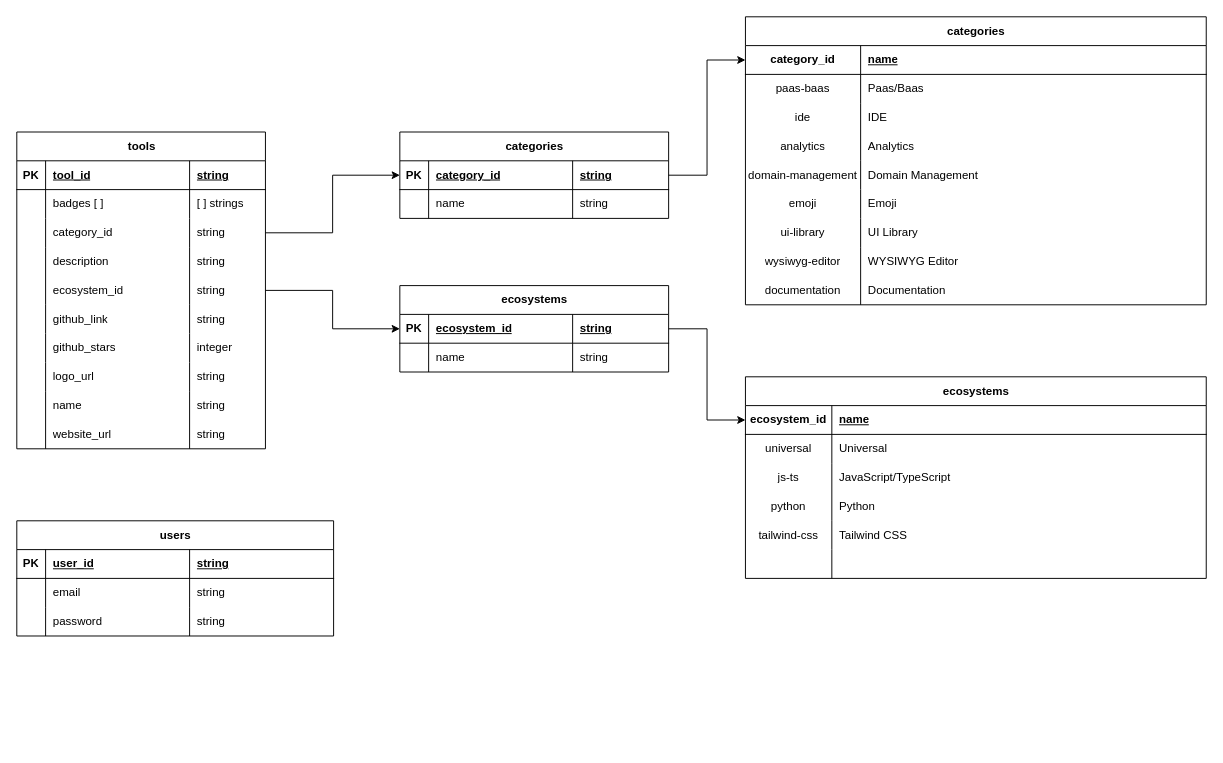
The draw.io diagram db-toolstack.drawio in marcm8793/tool-stack-frontend, before the edit. Source tidied: cells renumbered, new cells numbered last; positions are measured from the earlier drawing's top-left corner, leaving out a move shared by most shapes. Both pictures are drawn from the tidied source at 96%, with x=0, y=0 at pixel (16, 16).
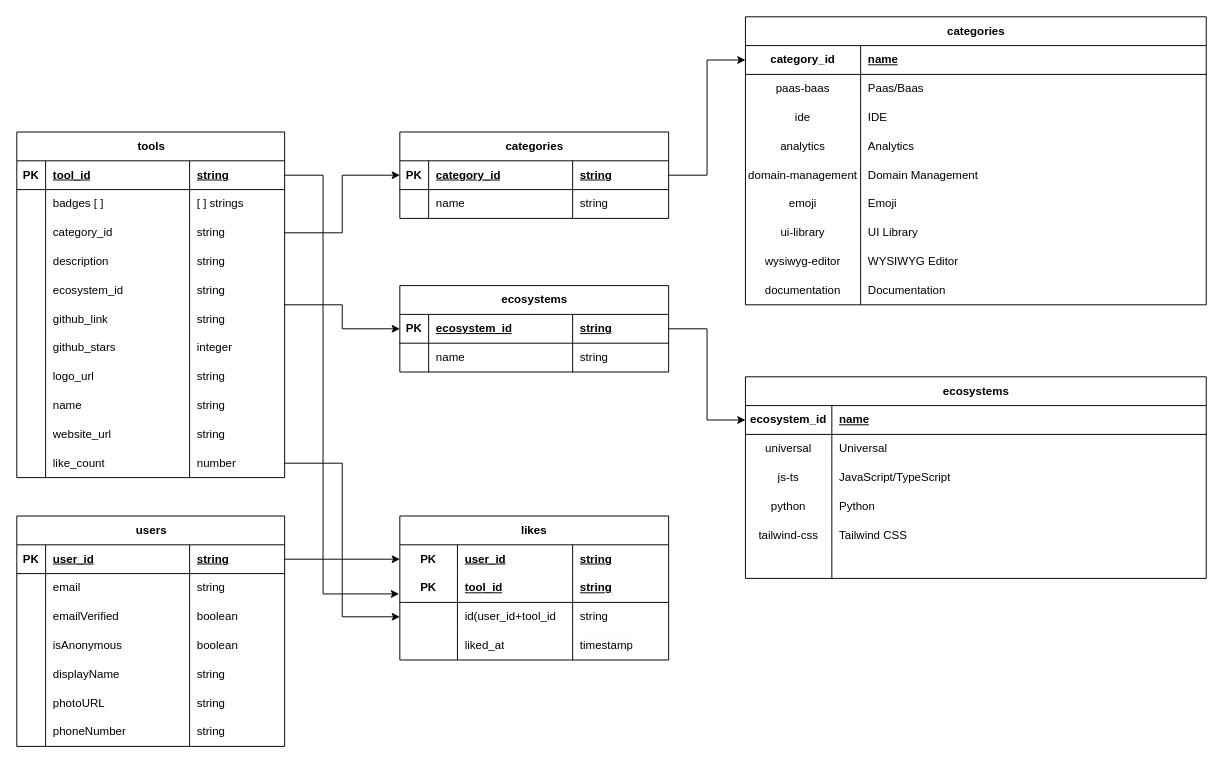
After the change.

Commit message:
Mettre à jour db-toolstack.drawio

The edit, as a diff of the source:
```diff
@@
     <mxCell id="3" value="tools" style="shape=table;startSize=30;childLayout=tableLayout;rowLines=0;fontStyle=1;align=center;html=1;" parent="1" vertex="1">
-      <mxGeometry y="120" width="259" height="330" as="geometry" />
+      <mxGeometry y="120" width="279" height="360" as="geometry" />
     </mxCell>
     <mxCell id="4" style="shape=tableRow;horizontal=0;startSize=0;swimlaneHead=0;swimlaneBody=0;fillColor=none;points=[[0,0.5],[1,0.5]];portConstraint=eastwest;top=0;left=0;right=0;bottom=1;" parent="3" vertex="1">
-      <mxGeometry y="30" width="259" height="30" as="geometry" />
+      <mxGeometry y="30" width="279" height="30" as="geometry" />
     </mxCell>
@@
     <mxCell id="7" value="string" style="shape=partialRectangle;fillColor=none;top=0;left=0;bottom=0;right=0;align=left;spacingLeft=6;fontStyle=5;overflow=hidden;whiteSpace=wrap;html=1;" parent="4" vertex="1">
-      <mxGeometry x="180" width="79" height="30" as="geometry" />
+      <mxGeometry x="180" width="99" height="30" as="geometry" />
     </mxCell>
     <mxCell id="8" style="shape=tableRow;horizontal=0;startSize=0;swimlaneHead=0;swimlaneBody=0;fillColor=none;top=0;left=0;right=0;bottom=0;" parent="3" vertex="1">
-      <mxGeometry y="60" width="259" height="30" as="geometry" />
+      <mxGeometry y="60" width="279" height="30" as="geometry" />
     </mxCell>
@@
     <mxCell id="11" value="[ ] strings" style="shape=partialRectangle;fillColor=none;top=0;left=0;bottom=0;right=0;align=left;spacingLeft=6;overflow=hidden;whiteSpace=wrap;html=1;" parent="8" vertex="1">
-      <mxGeometry x="180" width="79" height="30" as="geometry" />
+      <mxGeometry x="180" width="99" height="30" as="geometry" />
     </mxCell>
     <mxCell id="12" style="shape=tableRow;horizontal=0;startSize=0;swimlaneHead=0;swimlaneBody=0;fillColor=none;points=[[0,0.5],[1,0.5]];portConstraint=eastwest;top=0;left=0;right=0;bottom=0;" parent="3" vertex="1">
-      <mxGeometry y="90" width="259" height="30" as="geometry" />
+      <mxGeometry y="90" width="279" height="30" as="geometry" />
     </mxCell>
@@
     <mxCell id="15" value="string" style="shape=partialRectangle;fillColor=none;top=0;left=0;bottom=0;right=0;align=left;spacingLeft=6;overflow=hidden;whiteSpace=wrap;html=1;" parent="12" vertex="1">
-      <mxGeometry x="180" width="79" height="30" as="geometry" />
+      <mxGeometry x="180" width="99" height="30" as="geometry" />
     </mxCell>
     <mxCell id="16" style="shape=tableRow;horizontal=0;startSize=0;swimlaneHead=0;swimlaneBody=0;fillColor=none;top=0;left=0;right=0;bottom=0;" parent="3" vertex="1">
-      <mxGeometry y="120" width="259" height="30" as="geometry" />
+      <mxGeometry y="120" width="279" height="30" as="geometry" />
     </mxCell>
@@
     <mxCell id="19" value="string" style="shape=partialRectangle;fillColor=none;top=0;left=0;bottom=0;right=0;align=left;spacingLeft=6;overflow=hidden;whiteSpace=wrap;html=1;" parent="16" vertex="1">
-      <mxGeometry x="180" width="79" height="30" as="geometry" />
+      <mxGeometry x="180" width="99" height="30" as="geometry" />
     </mxCell>
     <mxCell id="20" style="shape=tableRow;horizontal=0;startSize=0;swimlaneHead=0;swimlaneBody=0;fillColor=none;top=0;left=0;right=0;bottom=0;" parent="3" vertex="1">
-      <mxGeometry y="150" width="259" height="30" as="geometry" />
+      <mxGeometry y="150" width="279" height="30" as="geometry" />
     </mxCell>
@@
     <mxCell id="23" value="string" style="shape=partialRectangle;fillColor=none;top=0;left=0;bottom=0;right=0;align=left;spacingLeft=6;overflow=hidden;whiteSpace=wrap;html=1;" parent="20" vertex="1">
-      <mxGeometry x="180" width="79" height="30" as="geometry" />
+      <mxGeometry x="180" width="99" height="30" as="geometry" />
     </mxCell>
     <mxCell id="24" style="shape=tableRow;horizontal=0;startSize=0;swimlaneHead=0;swimlaneBody=0;fillColor=none;top=0;left=0;right=0;bottom=0;" parent="3" vertex="1">
-      <mxGeometry y="180" width="259" height="30" as="geometry" />
+      <mxGeometry y="180" width="279" height="30" as="geometry" />
     </mxCell>
@@
     <mxCell id="27" value="string" style="shape=partialRectangle;fillColor=none;top=0;left=0;bottom=0;right=0;align=left;spacingLeft=6;overflow=hidden;whiteSpace=wrap;html=1;" parent="24" vertex="1">
-      <mxGeometry x="180" width="79" height="30" as="geometry" />
+      <mxGeometry x="180" width="99" height="30" as="geometry" />
     </mxCell>
     <mxCell id="28" style="shape=tableRow;horizontal=0;startSize=0;swimlaneHead=0;swimlaneBody=0;fillColor=none;top=0;left=0;right=0;bottom=0;" parent="3" vertex="1">
-      <mxGeometry y="210" width="259" height="30" as="geometry" />
+      <mxGeometry y="210" width="279" height="30" as="geometry" />
     </mxCell>
@@
     <mxCell id="31" value="integer" style="shape=partialRectangle;fillColor=none;top=0;left=0;bottom=0;right=0;align=left;spacingLeft=6;overflow=hidden;whiteSpace=wrap;html=1;" parent="28" vertex="1">
-      <mxGeometry x="180" width="79" height="30" as="geometry" />
+      <mxGeometry x="180" width="99" height="30" as="geometry" />
     </mxCell>
     <mxCell id="32" style="shape=tableRow;horizontal=0;startSize=0;swimlaneHead=0;swimlaneBody=0;fillColor=none;top=0;left=0;right=0;bottom=0;" parent="3" vertex="1">
-      <mxGeometry y="240" width="259" height="30" as="geometry" />
+      <mxGeometry y="240" width="279" height="30" as="geometry" />
     </mxCell>
@@
     <mxCell id="35" value="string" style="shape=partialRectangle;fillColor=none;top=0;left=0;bottom=0;right=0;align=left;spacingLeft=6;overflow=hidden;whiteSpace=wrap;html=1;" parent="32" vertex="1">
-      <mxGeometry x="180" width="79" height="30" as="geometry" />
+      <mxGeometry x="180" width="99" height="30" as="geometry" />
     </mxCell>
     <mxCell id="36" style="shape=tableRow;horizontal=0;startSize=0;swimlaneHead=0;swimlaneBody=0;fillColor=none;top=0;left=0;right=0;bottom=0;" parent="3" vertex="1">
-      <mxGeometry y="270" width="259" height="30" as="geometry" />
+      <mxGeometry y="270" width="279" height="30" as="geometry" />
     </mxCell>
@@
     <mxCell id="39" value="string" style="shape=partialRectangle;fillColor=none;top=0;left=0;bottom=0;right=0;align=left;spacingLeft=6;overflow=hidden;whiteSpace=wrap;html=1;" parent="36" vertex="1">
-      <mxGeometry x="180" width="79" height="30" as="geometry" />
+      <mxGeometry x="180" width="99" height="30" as="geometry" />
     </mxCell>
     <mxCell id="40" style="shape=tableRow;horizontal=0;startSize=0;swimlaneHead=0;swimlaneBody=0;fillColor=none;top=0;left=0;right=0;bottom=0;" parent="3" vertex="1">
-      <mxGeometry y="300" width="259" height="30" as="geometry" />
+      <mxGeometry y="300" width="279" height="30" as="geometry" />
     </mxCell>
@@
     <mxCell id="43" value="string" style="shape=partialRectangle;fillColor=none;top=0;left=0;bottom=0;right=0;align=left;spacingLeft=6;overflow=hidden;whiteSpace=wrap;html=1;" parent="40" vertex="1">
-      <mxGeometry x="180" width="79" height="30" as="geometry" />
+      <mxGeometry x="180" width="99" height="30" as="geometry" />
     </mxCell>
+    <mxCell id="125" style="shape=tableRow;horizontal=0;startSize=0;swimlaneHead=0;swimlaneBody=0;fillColor=none;points=[[0,0.5],[1,0.5]];portConstraint=eastwest;top=0;left=0;right=0;bottom=0;" parent="3" vertex="1">
+      <mxGeometry y="330" width="279" height="30" as="geometry" />
+    </mxCell>
+    <mxCell id="126" style="shape=partialRectangle;fillColor=none;top=0;left=0;bottom=0;right=0;overflow=hidden;whiteSpace=wrap;html=1;" parent="125" vertex="1">
+      <mxGeometry width="30" height="30" as="geometry" />
+    </mxCell>
+    <mxCell id="127" value="like_count" style="shape=partialRectangle;fillColor=none;top=0;left=0;bottom=0;right=0;align=left;spacingLeft=6;overflow=hidden;whiteSpace=wrap;html=1;" parent="125" vertex="1">
+      <mxGeometry x="30" width="150" height="30" as="geometry" />
+    </mxCell>
+    <mxCell id="128" value="number" style="shape=partialRectangle;fillColor=none;top=0;left=0;bottom=0;right=0;align=left;spacingLeft=6;overflow=hidden;whiteSpace=wrap;html=1;" parent="125" vertex="1">
+      <mxGeometry x="180" width="99" height="30" as="geometry" />
+    </mxCell>
@@
     <mxCell id="112" value="users" style="shape=table;startSize=30;childLayout=tableLayout;rowLines=0;fontStyle=1;align=center;html=1;" parent="1" vertex="1">
-      <mxGeometry y="525" width="330" height="120" as="geometry" />
+      <mxGeometry y="520" width="279" height="240" as="geometry" />
     </mxCell>
     <mxCell id="113" style="shape=tableRow;horizontal=0;startSize=0;swimlaneHead=0;swimlaneBody=0;fillColor=none;points=[[0,0.5],[1,0.5]];portConstraint=eastwest;top=0;left=0;right=0;bottom=1;" parent="112" vertex="1">
-      <mxGeometry y="30" width="330" height="30" as="geometry" />
+      <mxGeometry y="30" width="279" height="30" as="geometry" />
     </mxCell>
@@
     <mxCell id="116" value="string" style="shape=partialRectangle;fillColor=none;top=0;left=0;bottom=0;right=0;align=left;spacingLeft=6;fontStyle=5;overflow=hidden;whiteSpace=wrap;html=1;" parent="113" vertex="1">
-      <mxGeometry x="180" width="150" height="30" as="geometry" />
+      <mxGeometry x="180" width="99" height="30" as="geometry" />
     </mxCell>
     <mxCell id="117" style="shape=tableRow;horizontal=0;startSize=0;swimlaneHead=0;swimlaneBody=0;fillColor=none;top=0;left=0;right=0;bottom=0;" parent="112" vertex="1">
-      <mxGeometry y="60" width="330" height="30" as="geometry" />
+      <mxGeometry y="60" width="279" height="30" as="geometry" />
     </mxCell>
@@
     <mxCell id="120" value="string" style="shape=partialRectangle;fillColor=none;top=0;left=0;bottom=0;right=0;align=left;spacingLeft=6;overflow=hidden;whiteSpace=wrap;html=1;" parent="117" vertex="1">
-      <mxGeometry x="180" width="150" height="30" as="geometry" />
+      <mxGeometry x="180" width="99" height="30" as="geometry" />
     </mxCell>
     <mxCell id="121" style="shape=tableRow;horizontal=0;startSize=0;swimlaneHead=0;swimlaneBody=0;fillColor=none;top=0;left=0;right=0;bottom=0;" parent="112" vertex="1">
-      <mxGeometry y="90" width="330" height="30" as="geometry" />
+      <mxGeometry y="90" width="279" height="30" as="geometry" />
     </mxCell>
@@
-    <mxCell id="123" value="password" style="shape=partialRectangle;fillColor=none;top=0;left=0;bottom=0;right=0;align=left;spacingLeft=6;overflow=hidden;whiteSpace=wrap;html=1;" parent="121" vertex="1">
+    <mxCell id="123" value="emailVerified" style="shape=partialRectangle;fillColor=none;top=0;left=0;bottom=0;right=0;align=left;spacingLeft=6;overflow=hidden;whiteSpace=wrap;html=1;" parent="121" vertex="1">
       <mxGeometry x="30" width="150" height="30" as="geometry" />
     </mxCell>
-    <mxCell id="124" value="string" style="shape=partialRectangle;fillColor=none;top=0;left=0;bottom=0;right=0;align=left;spacingLeft=6;overflow=hidden;whiteSpace=wrap;html=1;" parent="121" vertex="1">
-      <mxGeometry x="180" width="150" height="30" as="geometry" />
+    <mxCell id="124" value="boolean" style="shape=partialRectangle;fillColor=none;top=0;left=0;bottom=0;right=0;align=left;spacingLeft=6;overflow=hidden;whiteSpace=wrap;html=1;" parent="121" vertex="1">
+      <mxGeometry x="180" width="99" height="30" as="geometry" />
     </mxCell>
+    <mxCell id="129" style="shape=tableRow;horizontal=0;startSize=0;swimlaneHead=0;swimlaneBody=0;fillColor=none;top=0;left=0;right=0;bottom=0;" parent="112" vertex="1">
+      <mxGeometry y="120" width="279" height="30" as="geometry" />
+    </mxCell>
+    <mxCell id="130" style="shape=partialRectangle;fillColor=none;top=0;left=0;bottom=0;right=0;overflow=hidden;whiteSpace=wrap;html=1;" parent="129" vertex="1">
+      <mxGeometry width="30" height="30" as="geometry" />
+    </mxCell>
+    <mxCell id="131" value="isAnonymous" style="shape=partialRectangle;fillColor=none;top=0;left=0;bottom=0;right=0;align=left;spacingLeft=6;overflow=hidden;whiteSpace=wrap;html=1;" parent="129" vertex="1">
+      <mxGeometry x="30" width="150" height="30" as="geometry" />
+    </mxCell>
+    <mxCell id="132" value="boolean" style="shape=partialRectangle;fillColor=none;top=0;left=0;bottom=0;right=0;align=left;spacingLeft=6;overflow=hidden;whiteSpace=wrap;html=1;" parent="129" vertex="1">
+      <mxGeometry x="180" width="99" height="30" as="geometry" />
+    </mxCell>
+    <mxCell id="133" style="shape=tableRow;horizontal=0;startSize=0;swimlaneHead=0;swimlaneBody=0;fillColor=none;top=0;left=0;right=0;bottom=0;" parent="112" vertex="1">
+      <mxGeometry y="150" width="279" height="30" as="geometry" />
+    </mxCell>
+    <mxCell id="134" style="shape=partialRectangle;fillColor=none;top=0;left=0;bottom=0;right=0;overflow=hidden;whiteSpace=wrap;html=1;" parent="133" vertex="1">
+      <mxGeometry width="30" height="30" as="geometry" />
+    </mxCell>
+    <mxCell id="135" value="displayName" style="shape=partialRectangle;fillColor=none;top=0;left=0;bottom=0;right=0;align=left;spacingLeft=6;overflow=hidden;whiteSpace=wrap;html=1;" parent="133" vertex="1">
+      <mxGeometry x="30" width="150" height="30" as="geometry" />
+    </mxCell>
+    <mxCell id="136" value="string" style="shape=partialRectangle;fillColor=none;top=0;left=0;bottom=0;right=0;align=left;spacingLeft=6;overflow=hidden;whiteSpace=wrap;html=1;" parent="133" vertex="1">
+      <mxGeometry x="180" width="99" height="30" as="geometry" />
+    </mxCell>
+    <mxCell id="137" style="shape=tableRow;horizontal=0;startSize=0;swimlaneHead=0;swimlaneBody=0;fillColor=none;top=0;left=0;right=0;bottom=0;" parent="112" vertex="1">
+      <mxGeometry y="180" width="279" height="30" as="geometry" />
+    </mxCell>
+    <mxCell id="138" style="shape=partialRectangle;fillColor=none;top=0;left=0;bottom=0;right=0;overflow=hidden;whiteSpace=wrap;html=1;" parent="137" vertex="1">
+      <mxGeometry width="30" height="30" as="geometry" />
+    </mxCell>
+    <mxCell id="139" value="photoURL" style="shape=partialRectangle;fillColor=none;top=0;left=0;bottom=0;right=0;align=left;spacingLeft=6;overflow=hidden;whiteSpace=wrap;html=1;" parent="137" vertex="1">
+      <mxGeometry x="30" width="150" height="30" as="geometry" />
+    </mxCell>
+    <mxCell id="140" value="string" style="shape=partialRectangle;fillColor=none;top=0;left=0;bottom=0;right=0;align=left;spacingLeft=6;overflow=hidden;whiteSpace=wrap;html=1;" parent="137" vertex="1">
+      <mxGeometry x="180" width="99" height="30" as="geometry" />
+    </mxCell>
+    <mxCell id="141" style="shape=tableRow;horizontal=0;startSize=0;swimlaneHead=0;swimlaneBody=0;fillColor=none;top=0;left=0;right=0;bottom=0;" parent="112" vertex="1">
+      <mxGeometry y="210" width="279" height="30" as="geometry" />
+    </mxCell>
+    <mxCell id="142" style="shape=partialRectangle;fillColor=none;top=0;left=0;bottom=0;right=0;overflow=hidden;whiteSpace=wrap;html=1;" parent="141" vertex="1">
+      <mxGeometry width="30" height="30" as="geometry" />
+    </mxCell>
+    <mxCell id="143" value="phoneNumber" style="shape=partialRectangle;fillColor=none;top=0;left=0;bottom=0;right=0;align=left;spacingLeft=6;overflow=hidden;whiteSpace=wrap;html=1;" parent="141" vertex="1">
+      <mxGeometry x="30" width="150" height="30" as="geometry" />
+    </mxCell>
+    <mxCell id="144" value="string" style="shape=partialRectangle;fillColor=none;top=0;left=0;bottom=0;right=0;align=left;spacingLeft=6;overflow=hidden;whiteSpace=wrap;html=1;" parent="141" vertex="1">
+      <mxGeometry x="180" width="99" height="30" as="geometry" />
+    </mxCell>
+    <mxCell id="145" value="likes" style="shape=table;startSize=30;childLayout=tableLayout;rowLines=0;fontStyle=1;align=center;html=1;whiteSpace=wrap;" parent="1" vertex="1">
+      <mxGeometry x="399" y="520" width="280" height="150" as="geometry" />
+    </mxCell>
+    <mxCell id="146" style="shape=tableRow;horizontal=0;startSize=0;swimlaneHead=0;swimlaneBody=0;fillColor=none;points=[[0,0.5],[1,0.5]];portConstraint=eastwest;top=0;left=0;right=0;bottom=0;html=1;" parent="145" vertex="1">
+      <mxGeometry y="30" width="280" height="30" as="geometry" />
+    </mxCell>
+    <mxCell id="147" value="PK" style="shape=partialRectangle;fillColor=none;top=0;left=0;bottom=0;right=0;fontStyle=1;overflow=hidden;html=1;whiteSpace=wrap;" parent="146" vertex="1">
+      <mxGeometry width="60" height="30" as="geometry" />
+    </mxCell>
+    <mxCell id="148" value="user_id" style="shape=partialRectangle;fillColor=none;top=0;left=0;bottom=0;right=0;align=left;spacingLeft=6;fontStyle=5;overflow=hidden;html=1;whiteSpace=wrap;" parent="146" vertex="1">
+      <mxGeometry x="60" width="120" height="30" as="geometry" />
+    </mxCell>
+    <mxCell id="149" value="string" style="shape=partialRectangle;fillColor=none;top=0;left=0;bottom=0;right=0;align=left;spacingLeft=6;fontStyle=5;overflow=hidden;html=1;whiteSpace=wrap;" parent="146" vertex="1">
+      <mxGeometry x="180" width="100" height="30" as="geometry" />
+    </mxCell>
+    <mxCell id="150" style="shape=tableRow;horizontal=0;startSize=0;swimlaneHead=0;swimlaneBody=0;fillColor=none;points=[[0,0.5],[1,0.5]];portConstraint=eastwest;top=0;left=0;right=0;bottom=1;html=1;" parent="145" vertex="1">
+      <mxGeometry y="60" width="280" height="30" as="geometry" />
+    </mxCell>
+    <mxCell id="151" value="PK" style="shape=partialRectangle;fillColor=none;top=0;left=0;bottom=0;right=0;fontStyle=1;overflow=hidden;html=1;whiteSpace=wrap;" parent="150" vertex="1">
+      <mxGeometry width="60" height="30" as="geometry" />
+    </mxCell>
+    <mxCell id="152" value="tool_id" style="shape=partialRectangle;fillColor=none;top=0;left=0;bottom=0;right=0;align=left;spacingLeft=6;fontStyle=5;overflow=hidden;html=1;whiteSpace=wrap;" parent="150" vertex="1">
+      <mxGeometry x="60" width="120" height="30" as="geometry" />
+    </mxCell>
+    <mxCell id="153" value="string" style="shape=partialRectangle;fillColor=none;top=0;left=0;bottom=0;right=0;align=left;spacingLeft=6;fontStyle=5;overflow=hidden;html=1;whiteSpace=wrap;" parent="150" vertex="1">
+      <mxGeometry x="180" width="100" height="30" as="geometry" />
+    </mxCell>
+    <mxCell id="154" style="shape=tableRow;horizontal=0;startSize=0;swimlaneHead=0;swimlaneBody=0;fillColor=none;points=[[0,0.5],[1,0.5]];portConstraint=eastwest;top=0;left=0;right=0;bottom=0;html=1;" parent="145" vertex="1">
+      <mxGeometry y="90" width="280" height="30" as="geometry" />
+    </mxCell>
+    <mxCell id="155" style="shape=partialRectangle;fillColor=none;top=0;left=0;bottom=0;right=0;overflow=hidden;html=1;whiteSpace=wrap;" parent="154" vertex="1">
+      <mxGeometry width="60" height="30" as="geometry" />
+    </mxCell>
+    <mxCell id="156" value="id(user_id+tool_id" style="shape=partialRectangle;fillColor=none;top=0;left=0;bottom=0;right=0;align=left;spacingLeft=6;overflow=hidden;html=1;whiteSpace=wrap;" parent="154" vertex="1">
+      <mxGeometry x="60" width="120" height="30" as="geometry" />
+    </mxCell>
+    <mxCell id="157" value="string" style="shape=partialRectangle;fillColor=none;top=0;left=0;bottom=0;right=0;align=left;spacingLeft=6;overflow=hidden;html=1;whiteSpace=wrap;" parent="154" vertex="1">
+      <mxGeometry x="180" width="100" height="30" as="geometry" />
+    </mxCell>
+    <mxCell id="158" style="shape=tableRow;horizontal=0;startSize=0;swimlaneHead=0;swimlaneBody=0;fillColor=none;top=0;left=0;right=0;bottom=0;html=1;" parent="145" vertex="1">
+      <mxGeometry y="120" width="280" height="30" as="geometry" />
+    </mxCell>
+    <mxCell id="159" style="shape=partialRectangle;fillColor=none;top=0;left=0;bottom=0;right=0;overflow=hidden;html=1;whiteSpace=wrap;" parent="158" vertex="1">
+      <mxGeometry width="60" height="30" as="geometry" />
+    </mxCell>
+    <mxCell id="160" value="liked_at" style="shape=partialRectangle;fillColor=none;top=0;left=0;bottom=0;right=0;align=left;spacingLeft=6;overflow=hidden;html=1;whiteSpace=wrap;" parent="158" vertex="1">
+      <mxGeometry x="60" width="120" height="30" as="geometry" />
+    </mxCell>
+    <mxCell id="161" value="&lt;span style=&quot;color: rgb(0, 0, 0); font-family: Helvetica; font-size: 12px; font-style: normal; font-variant-ligatures: normal; font-variant-caps: normal; font-weight: 400; letter-spacing: normal; orphans: 2; text-align: left; text-indent: 0px; text-transform: none; widows: 2; word-spacing: 0px; -webkit-text-stroke-width: 0px; white-space: normal; background-color: rgb(251, 251, 251); text-decoration-thickness: initial; text-decoration-style: initial; text-decoration-color: initial; display: inline !important; float: none;&quot;&gt;timestamp&lt;/span&gt;" style="shape=partialRectangle;fillColor=none;top=0;left=0;bottom=0;right=0;align=left;spacingLeft=6;overflow=hidden;html=1;whiteSpace=wrap;" parent="158" vertex="1">
+      <mxGeometry x="180" width="100" height="30" as="geometry" />
+    </mxCell>
+    <mxCell id="162" style="edgeStyle=orthogonalEdgeStyle;rounded=0;jettySize=auto;html=1;entryX=0;entryY=0.5;entryDx=0;entryDy=0;" parent="1" edge="1" source="113" target="146">
+      <mxGeometry relative="1" as="geometry" />
+    </mxCell>
+    <mxCell id="163" style="edgeStyle=orthogonalEdgeStyle;rounded=0;jettySize=auto;html=1;entryX=-0.003;entryY=0.706;entryDx=0;entryDy=0;entryPerimeter=0;" parent="1" edge="1" source="4" target="150">
+      <mxGeometry relative="1" as="geometry">
+        <Array as="points">
+          <mxPoint x="319" y="165" />
+          <mxPoint x="319" y="601" />
+        </Array>
+      </mxGeometry>
+    </mxCell>
+    <mxCell id="164" style="edgeStyle=orthogonalEdgeStyle;rounded=0;jettySize=auto;html=1;entryX=0;entryY=0.5;entryDx=0;entryDy=0;" parent="1" edge="1" source="125" target="154">
+      <mxGeometry relative="1" as="geometry" />
+    </mxCell>
```
